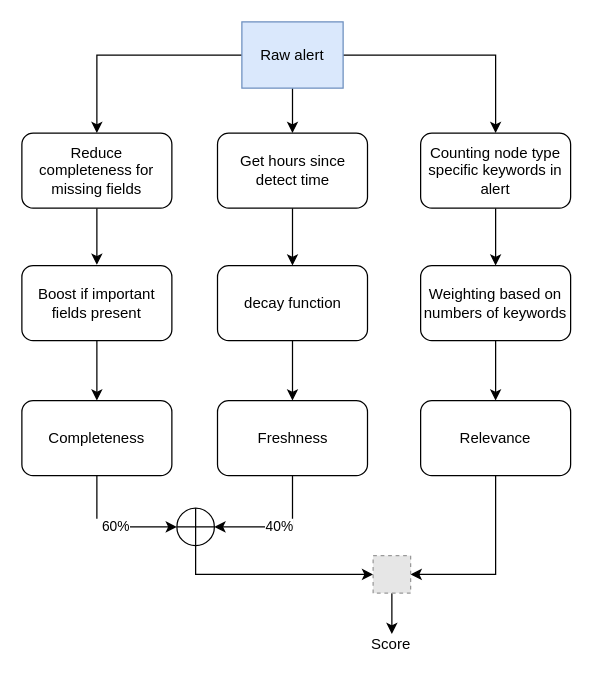
Albert-W/Draw_io keeps this draw.io diagram as Alert Quality.drawio. Above is the earlier version. Source tidied: cells renumbered, new cells numbered last; positions are measured from the earlier drawing's top-left corner, leaving out a move shared by most shapes. Both pictures are drawn from the tidied source at 125%, with x=0, y=0 at pixel (21, 21). Pictures stored in the file or linked from it are replaced by grey dashed boxes.
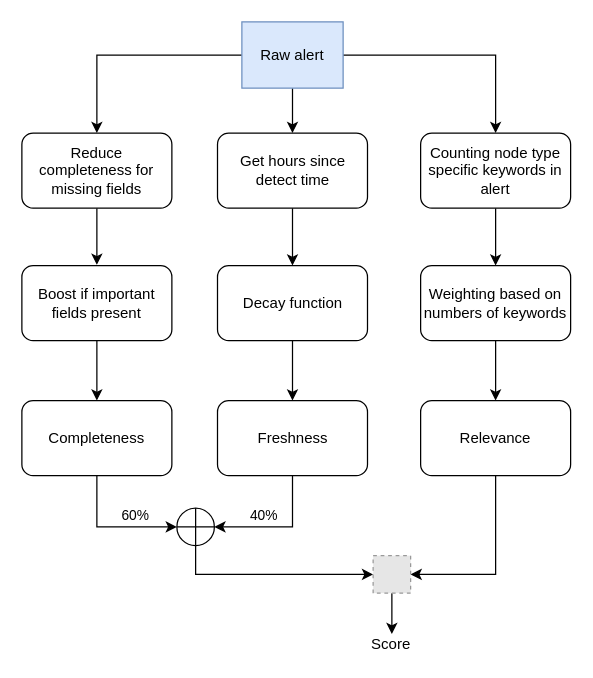
Above is the later version.

Unchanged cells that the change refers to:
```xml
<mxCell id="19" value="Completeness" style="rounded=1;whiteSpace=wrap;html=1;" parent="1" vertex="1">
  <mxGeometry y="303" width="120" height="60" as="geometry" />
</mxCell>
<mxCell id="21" value="Freshness" style="rounded=1;whiteSpace=wrap;html=1;" parent="1" vertex="1">
  <mxGeometry x="156.5" y="303" width="120" height="60" as="geometry" />
</mxCell>
<mxCell id="25" style="verticalLabelPosition=bottom;verticalAlign=top;html=1;shape=mxgraph.flowchart.summing_function;" parent="1" vertex="1">
  <mxGeometry x="124" y="389" width="30" height="30" as="geometry" />
</mxCell>
```

What changed in the source:
```diff
@@
-    <mxCell id="15" value="decay function" style="rounded=1;whiteSpace=wrap;html=1;" parent="1" vertex="1">
+    <mxCell id="15" value="Decay function" style="rounded=1;whiteSpace=wrap;html=1;" parent="1" vertex="1">
       <mxGeometry x="156.5" y="195" width="120" height="60" as="geometry" />
     </mxCell>
@@
-    <mxCell id="18" value="&amp;nbsp; 60%" style="edgeStyle=orthogonalEdgeStyle;rounded=0;jettySize=auto;html=1;exitX=0.5;exitY=1;exitDx=0;exitDy=0;entryX=0;entryY=0.5;entryDx=0;entryDy=0;entryPerimeter=0;" parent="1" edge="1" source="19" target="25">
+    <mxCell id="18" value="&amp;nbsp; 60%" style="edgeStyle=orthogonalEdgeStyle;rounded=0;jettySize=auto;html=1;exitX=0.5;exitY=1;exitDx=0;exitDy=0;entryX=0;entryY=0.5;entryDx=0;entryDy=0;entryPerimeter=0;verticalAlign=bottom;align=left;" parent="1" edge="1" source="19" target="25">
       <mxGeometry relative="1" as="geometry" />
     </mxCell>
@@
-    <mxCell id="20" value="40%" style="edgeStyle=orthogonalEdgeStyle;rounded=0;jettySize=auto;html=1;exitX=0.5;exitY=1;exitDx=0;exitDy=0;entryX=1;entryY=0.5;entryDx=0;entryDy=0;entryPerimeter=0;" parent="1" edge="1" source="21" target="25">
+    <mxCell id="20" value="40%" style="edgeStyle=orthogonalEdgeStyle;rounded=0;jettySize=auto;html=1;exitX=0.5;exitY=1;exitDx=0;exitDy=0;entryX=1;entryY=0.5;entryDx=0;entryDy=0;entryPerimeter=0;verticalAlign=bottom;align=right;" parent="1" edge="1" source="21" target="25">
       <mxGeometry relative="1" as="geometry" />
     </mxCell>
```
